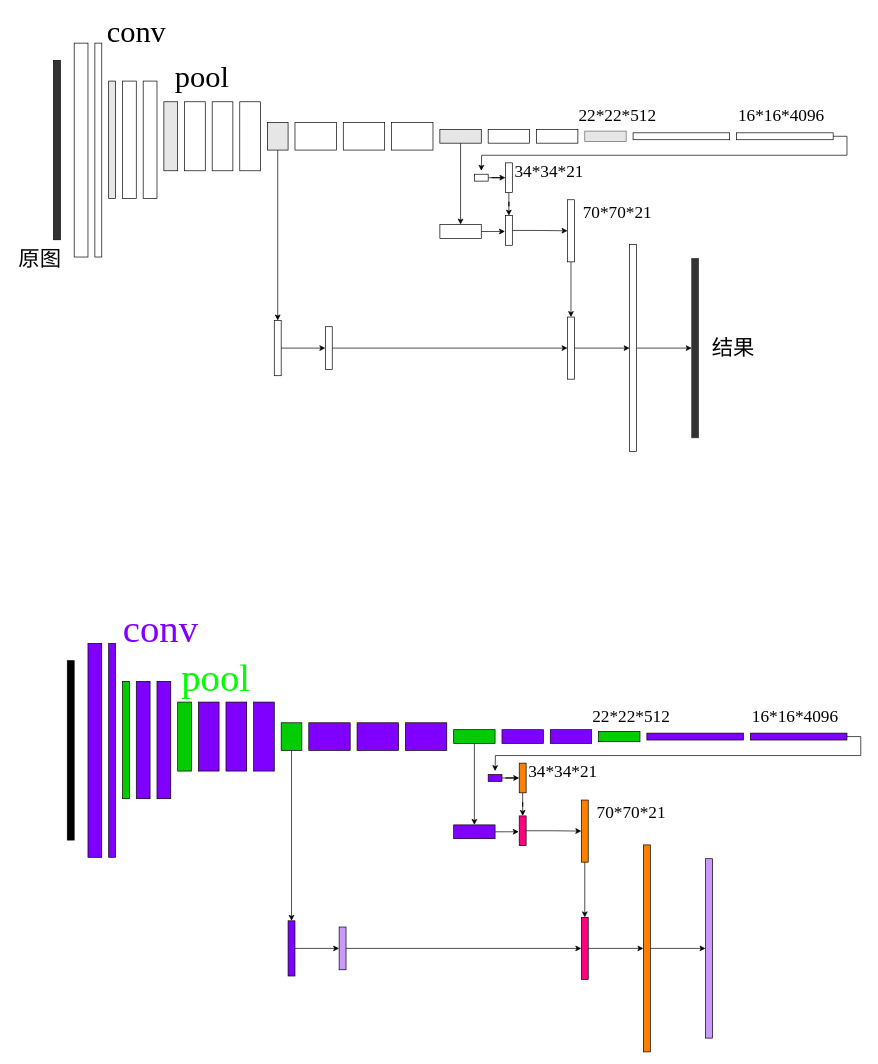
Earlier version of the draw.io diagram fcn.drawio (ByronGe/ff). Source tidied: cells renumbered, new cells numbered last; positions are measured from the earlier drawing's top-left corner, leaving out a move shared by most shapes. Both pictures are drawn from the tidied source at 69%, with x=0, y=0 at pixel (12, 12).
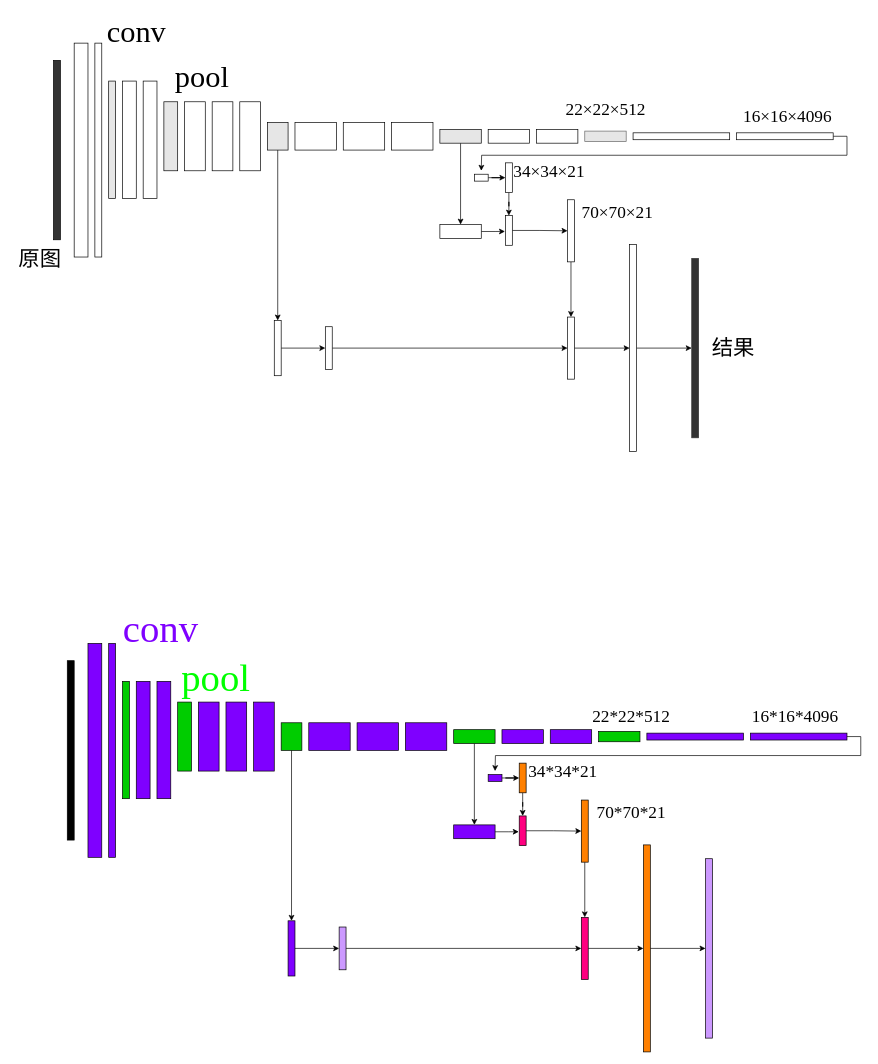
Above is the later version.

Diff of the diagram source:
```diff
@@
-    <mxCell id="44" value="16*16*4096" style="text;html=1;strokeColor=none;fillColor=none;align=center;verticalAlign=middle;whiteSpace=wrap;rounded=0;fontFamily=Times New Roman;fontSize=25;" parent="1" vertex="1">
-      <mxGeometry x="1050" y="140" width="130" height="20" as="geometry" />
+    <mxCell id="44" value="16&lt;span&gt;×&lt;/span&gt;16&lt;span&gt;×&lt;/span&gt;4096" style="text;html=1;strokeColor=none;fillColor=none;align=center;verticalAlign=middle;whiteSpace=wrap;rounded=0;fontFamily=Times New Roman;fontSize=25;" parent="1" vertex="1">
+      <mxGeometry x="1059" y="141" width="130" height="20" as="geometry" />
     </mxCell>
-    <mxCell id="45" value="22*22*512" style="text;html=1;align=center;verticalAlign=middle;fontFamily=Times New Roman;fontSize=25;" parent="1" vertex="1">
-      <mxGeometry x="812" y="130" width="130" height="40" as="geometry" />
+    <mxCell id="45" value="22×22×512" style="text;html=1;align=center;verticalAlign=middle;fontFamily=Times New Roman;fontSize=25;" parent="1" vertex="1">
+      <mxGeometry x="795" y="120" width="130" height="40" as="geometry" />
     </mxCell>
-    <mxCell id="46" value="34*34*21" style="text;html=1;align=center;verticalAlign=middle;fontFamily=Times New Roman;fontSize=25;" parent="1" vertex="1">
+    <mxCell id="46" value="34×34×21" style="text;html=1;align=center;verticalAlign=middle;fontFamily=Times New Roman;fontSize=25;" parent="1" vertex="1">
       <mxGeometry x="718" y="210" width="120" height="40" as="geometry" />
     </mxCell>
-    <mxCell id="47" value="70*70*21" style="text;html=1;align=center;verticalAlign=middle;fontFamily=Times New Roman;fontSize=25;" parent="1" vertex="1">
+    <mxCell id="47" value="70×70×21" style="text;html=1;align=center;verticalAlign=middle;fontFamily=Times New Roman;fontSize=25;" parent="1" vertex="1">
       <mxGeometry x="817" y="270" width="120" height="40" as="geometry" />
     </mxCell>
```
